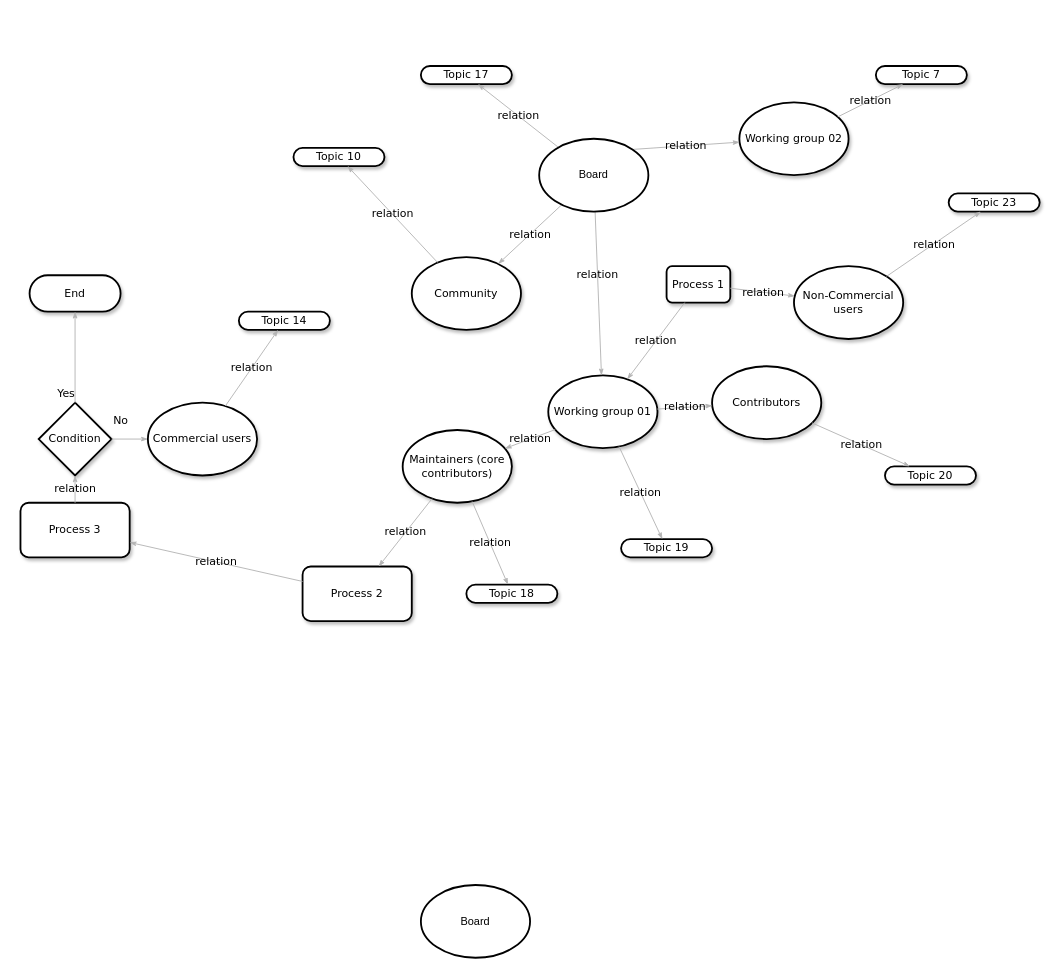
miguelangelvaldivia/open-source-economy keeps this draw.io diagram as open source economy roles.drawio. Above is the earlier version. Source tidied: cells renumbered, new cells numbered last; positions are measured from the earlier drawing's top-left corner, leaving out a move shared by most shapes. Both pictures are drawn from the tidied source at 91%, with x=0, y=0 at pixel (20, 66).
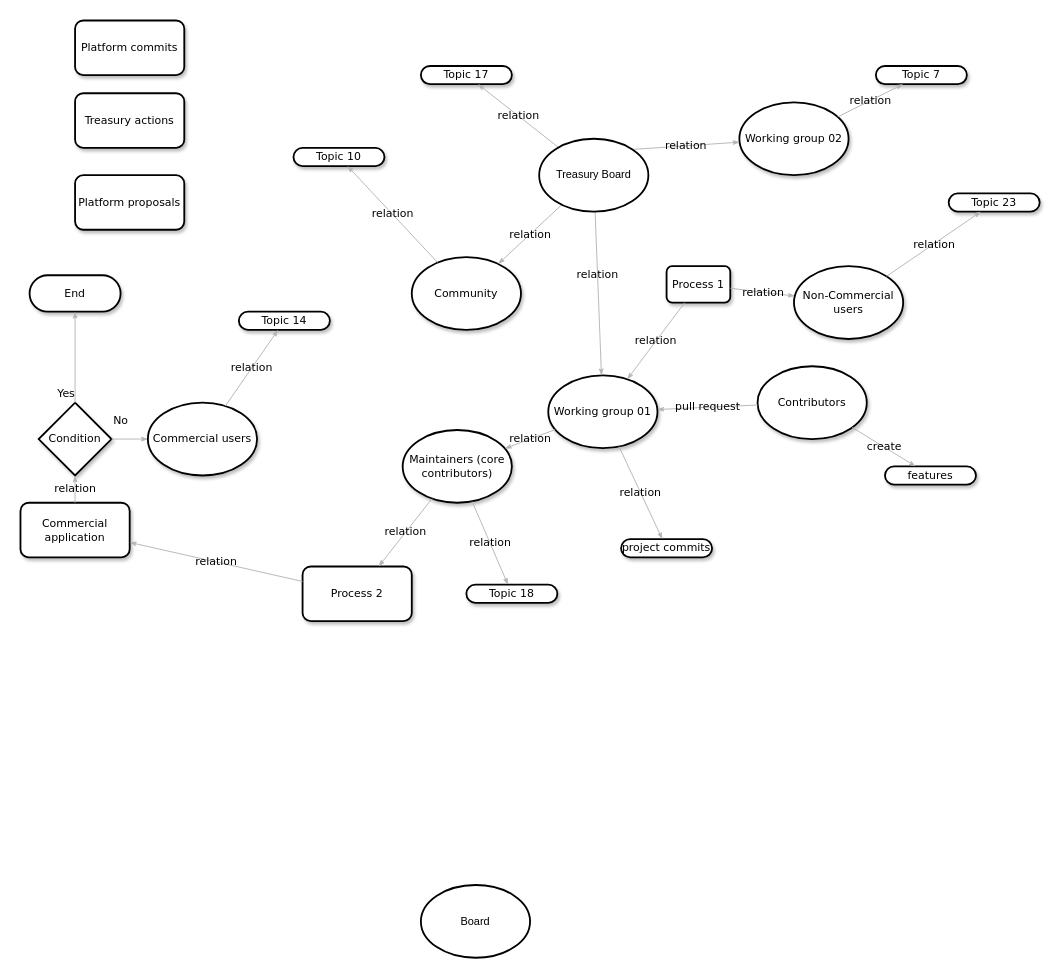
The same diagram, later.

The change refers to these unchanged cells:
```xml
<mxCell id="5" value="&lt;span&gt;Working group 01&lt;/span&gt;" style="ellipse;whiteSpace=wrap;html=1;rounded=1;shadow=1;comic=0;labelBackgroundColor=none;strokeWidth=2;fontFamily=Verdana;fontSize=12;align=center;" parent="1" vertex="1">
  <mxGeometry x="580" y="340" width="120" height="80" as="geometry" />
</mxCell>
```

Change to the diagram source:
```diff
@@
     <mxCell id="6" value="&lt;span&gt;Contributors&lt;/span&gt;" style="ellipse;whiteSpace=wrap;html=1;rounded=1;shadow=1;comic=0;labelBackgroundColor=none;strokeWidth=2;fontFamily=Verdana;fontSize=12;align=center;" parent="1" vertex="1">
-      <mxGeometry x="760" y="330" width="120" height="80" as="geometry" />
+      <mxGeometry x="810" y="330" width="120" height="80" as="geometry" />
     </mxCell>
@@
-    <mxCell id="9" value="&lt;span&gt;Topic 20&lt;/span&gt;" style="whiteSpace=wrap;html=1;rounded=1;shadow=1;comic=0;labelBackgroundColor=none;strokeWidth=2;fontFamily=Verdana;fontSize=12;align=center;arcSize=50;" parent="1" vertex="1">
+    <mxCell id="9" value="features" style="whiteSpace=wrap;html=1;rounded=1;shadow=1;comic=0;labelBackgroundColor=none;strokeWidth=2;fontFamily=Verdana;fontSize=12;align=center;arcSize=50;" parent="1" vertex="1">
       <mxGeometry x="950" y="440" width="100" height="20" as="geometry" />
     </mxCell>
@@
-    <mxCell id="12" value="&lt;span&gt;Process 3&lt;/span&gt;" style="rounded=1;whiteSpace=wrap;html=1;shadow=1;comic=0;labelBackgroundColor=none;strokeWidth=2;fontFamily=Verdana;fontSize=12;align=center;" parent="1" vertex="1">
+    <mxCell id="12" value="&lt;span&gt;Commercial application&lt;/span&gt;" style="rounded=1;whiteSpace=wrap;html=1;shadow=1;comic=0;labelBackgroundColor=none;strokeWidth=2;fontFamily=Verdana;fontSize=12;align=center;" parent="1" vertex="1">
       <mxGeometry y="480" width="120" height="60" as="geometry" />
     </mxCell>
@@
-    <mxCell id="19" value="relation" style="edgeStyle=none;rounded=1;html=1;labelBackgroundColor=none;startArrow=none;startFill=0;startSize=5;endArrow=classicThin;endFill=1;endSize=5;jettySize=auto;strokeColor=#B3B3B3;strokeWidth=1;fontFamily=Verdana;fontSize=12;" parent="1" edge="1" source="5" target="6">
+    <mxCell id="19" value="pull request" style="edgeStyle=none;rounded=1;html=1;labelBackgroundColor=none;startArrow=classicThin;startFill=1;startSize=5;endArrow=none;endFill=0;endSize=5;jettySize=auto;strokeColor=#B3B3B3;strokeWidth=1;fontFamily=Verdana;fontSize=12;" parent="1" edge="1" source="5" target="6">
       <mxGeometry relative="1" as="geometry" />
     </mxCell>
-    <mxCell id="20" value="relation" style="edgeStyle=none;rounded=1;html=1;labelBackgroundColor=none;startArrow=none;startFill=0;startSize=5;endArrow=classicThin;endFill=1;endSize=5;jettySize=auto;strokeColor=#B3B3B3;strokeWidth=1;fontFamily=Verdana;fontSize=12;" parent="1" edge="1" source="6" target="9">
+    <mxCell id="20" value="create" style="edgeStyle=none;rounded=1;html=1;labelBackgroundColor=none;startArrow=none;startFill=0;startSize=5;endArrow=classicThin;endFill=1;endSize=5;jettySize=auto;strokeColor=#B3B3B3;strokeWidth=1;fontFamily=Verdana;fontSize=12;" parent="1" edge="1" source="6" target="9">
       <mxGeometry relative="1" as="geometry" />
     </mxCell>
@@
-    <mxCell id="29" value="&lt;span&gt;Topic 19&lt;/span&gt;" style="whiteSpace=wrap;html=1;rounded=1;shadow=1;comic=0;labelBackgroundColor=none;strokeWidth=2;fontFamily=Verdana;fontSize=12;align=center;arcSize=50;" parent="1" vertex="1">
+    <mxCell id="29" value="&lt;span&gt;project commits&lt;/span&gt;" style="whiteSpace=wrap;html=1;rounded=1;shadow=1;comic=0;labelBackgroundColor=none;strokeWidth=2;fontFamily=Verdana;fontSize=12;align=center;arcSize=50;" parent="1" vertex="1">
       <mxGeometry x="660" y="520" width="100" height="20" as="geometry" />
     </mxCell>
@@
-    <mxCell id="42" value="Board" style="ellipse;whiteSpace=wrap;html=1;strokeWidth=2;" parent="1" vertex="1">
+    <mxCell id="42" value="Treasury Board" style="ellipse;whiteSpace=wrap;html=1;strokeWidth=2;" parent="1" vertex="1">
       <mxGeometry x="570" y="80" width="120" height="80" as="geometry" />
     </mxCell>
@@
+    <mxCell id="44" value="Treasury actions" style="rounded=1;whiteSpace=wrap;html=1;shadow=1;comic=0;labelBackgroundColor=none;strokeWidth=2;fontFamily=Verdana;fontSize=12;align=center;" parent="1" vertex="1">
+      <mxGeometry x="60" y="30" width="120" height="60" as="geometry" />
+    </mxCell>
+    <mxCell id="45" value="Platform commits" style="rounded=1;whiteSpace=wrap;html=1;shadow=1;comic=0;labelBackgroundColor=none;strokeWidth=2;fontFamily=Verdana;fontSize=12;align=center;" parent="1" vertex="1">
+      <mxGeometry x="60" y="-50" width="120" height="60" as="geometry" />
+    </mxCell>
+    <mxCell id="46" value="Platform proposals" style="rounded=1;whiteSpace=wrap;html=1;shadow=1;comic=0;labelBackgroundColor=none;strokeWidth=2;fontFamily=Verdana;fontSize=12;align=center;" parent="1" vertex="1">
+      <mxGeometry x="60" y="120" width="120" height="60" as="geometry" />
+    </mxCell>
```
